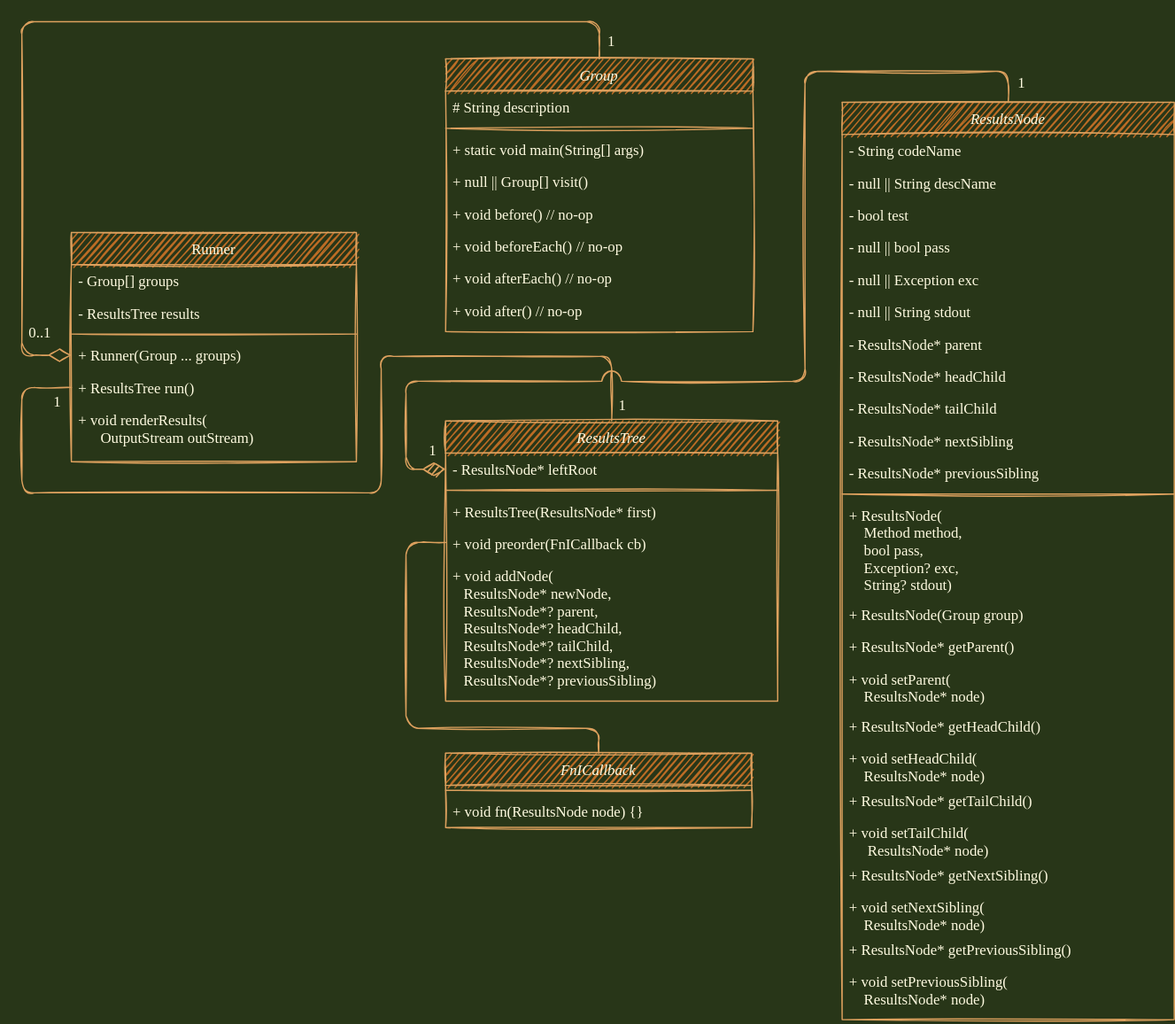
Before: uml.drawio.svg, a diagram exported from draw.io (andrew-chang-dewitt/jspec). Source tidied: cells renumbered, new cells last; positions are measured from the earlier drawing's top-left corner, leaving out a move shared by most shapes.
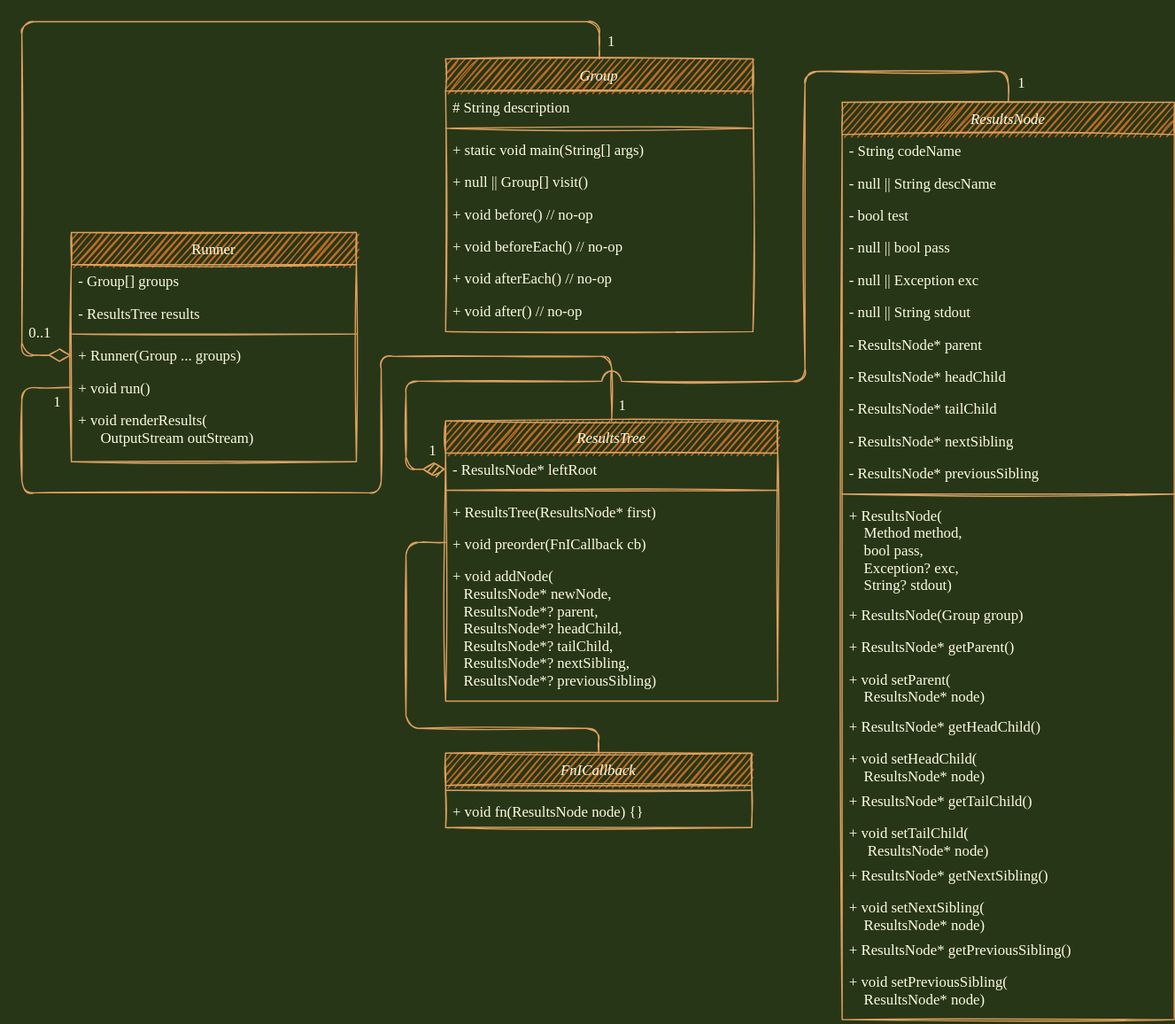
The same diagram one commit later.

The edit, as a diff of the source:
```diff
@@ -53,7 +53,7 @@
     <mxCell id="16" value="+ Runner(Group ... groups)" style="text;align=left;verticalAlign=top;spacingLeft=4;spacingRight=4;overflow=hidden;points=[[0,0.5],[1,0.5]];portConstraint=eastwest;rounded=0;fontColor=#FEFAE0;sketch=1;fontFamily=Fira Code;fontSource=https%3A%2F%2Ffonts.googleapis.com%2Fcss%3Ffamily%3DFira%2BCode;" parent="12" vertex="1">
       <mxGeometry y="86" width="230" height="26" as="geometry" />
     </mxCell>
-    <mxCell id="17" value="+ ResultsTree run()" style="text;align=left;verticalAlign=top;spacingLeft=4;spacingRight=4;overflow=hidden;points=[[0,0.5],[1,0.5]];portConstraint=eastwest;rounded=0;fontColor=#FEFAE0;sketch=1;fontFamily=Fira Code;fontSource=https%3A%2F%2Ffonts.googleapis.com%2Fcss%3Ffamily%3DFira%2BCode;" parent="12" vertex="1">
+    <mxCell id="17" value="+ void run()" style="text;align=left;verticalAlign=top;spacingLeft=4;spacingRight=4;overflow=hidden;points=[[0,0.5],[1,0.5]];portConstraint=eastwest;rounded=0;fontColor=#FEFAE0;sketch=1;fontFamily=Fira Code;fontSource=https%3A%2F%2Ffonts.googleapis.com%2Fcss%3Ffamily%3DFira%2BCode;" parent="12" vertex="1">
       <mxGeometry y="112" width="230" height="26" as="geometry" />
     </mxCell>
     <mxCell id="18" value="+ void renderResults(&#10;      OutputStream outStream)" style="text;align=left;verticalAlign=top;spacingLeft=4;spacingRight=4;overflow=hidden;rounded=0;fontColor=#FEFAE0;sketch=1;fontFamily=Fira Code;fontSource=https%3A%2F%2Ffonts.googleapis.com%2Fcss%3Ffamily%3DFira%2BCode;" parent="12" vertex="1">
```
